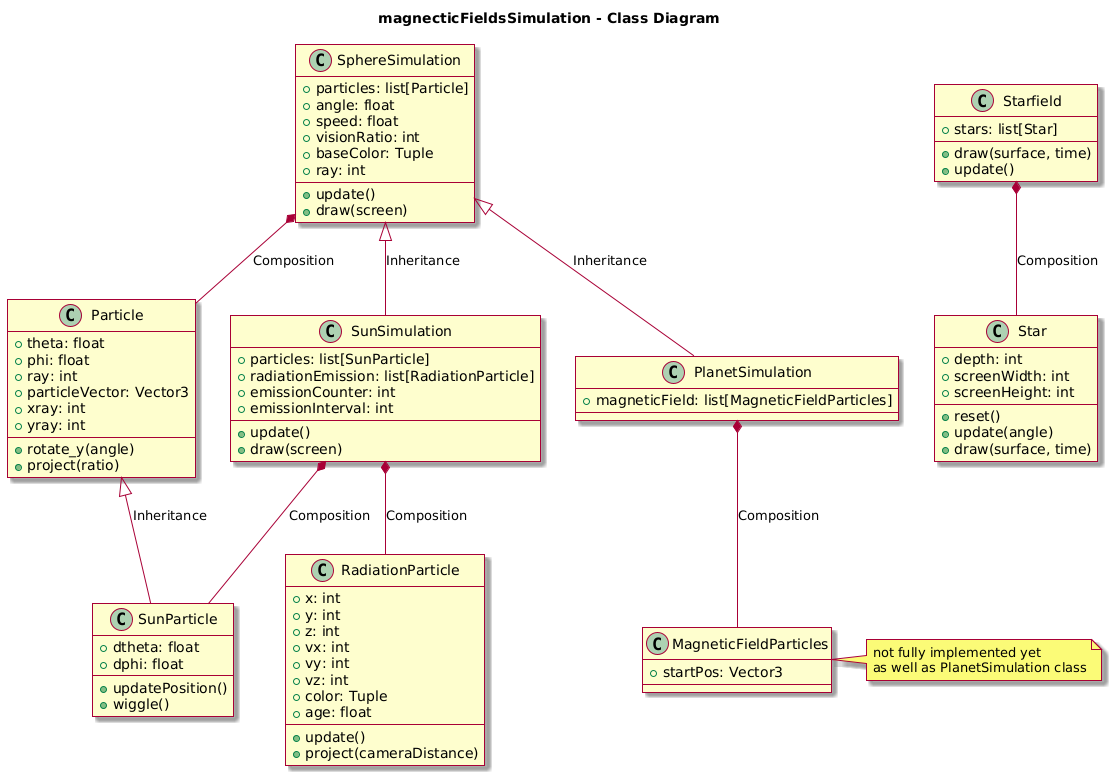
This is docs/entities.png from cauafelipe1/magneticFieldsSimulation, a PlantUML export, as it was before one commit. Its diagram source:
```plantuml
@startuml
SKIN rose
title magnecticFieldsSimulation - Class Diagram

class Particle {
  +theta: float
  +phi: float
  +ray: int
  +particleVector: Vector3
  +xray: int
  +yray: int
  +rotate_y(angle)
  +project(ratio)
}

class SunParticle {
  +dtheta: float
  +dphi: float
  +updatePosition()
  +wiggle()
}
class RadiationParticle {
   +x: int
   +y: int
   +z: int
   +vx: int
   +vy: int
   +vz: int
   +color: Tuple
   +age: float
   +update()
   +project(cameraDistance)
}

class SphereSimulation {
  +particles: list[Particle]
  +angle: float
  +speed: float
  +visionRatio: int
  +baseColor: Tuple
  +ray: int
  +update()
  +draw(screen)
}

class SunSimulation{
  +particles: list[SunParticle]
  +radiationEmission: list[RadiationParticle]
  +emissionCounter: int
  +emissionInterval: int
  +update()
  +draw(screen)

}

class Star{
  +depth: int
  +screenWidth: int
  +screenHeight: int
  +reset()
  +update(angle)
  +draw(surface, time)
}

class Starfield{
  +stars: list[Star]
  +draw(surface, time)
  +update()
}

class PlanetSimulation{
  +magneticField: list[MagneticFieldParticles]
}

class MagneticFieldParticles{
  + startPos: Vector3
}
note right
  not fully implemented yet
  as well as PlanetSimulation class
end note

PlanetSimulation *-down- MagneticFieldParticles: Composition
SphereSimulation <|-down- PlanetSimulation: Inheritance
Starfield *-down- Star: Composition
SphereSimulation *-down- Particle: Composition
Particle <|-down- SunParticle: Inheritance
SphereSimulation <|-down- SunSimulation: Inheritance
SunSimulation *- SunParticle: Composition
SunSimulation *-down- RadiationParticle: Composition
@enduml
```
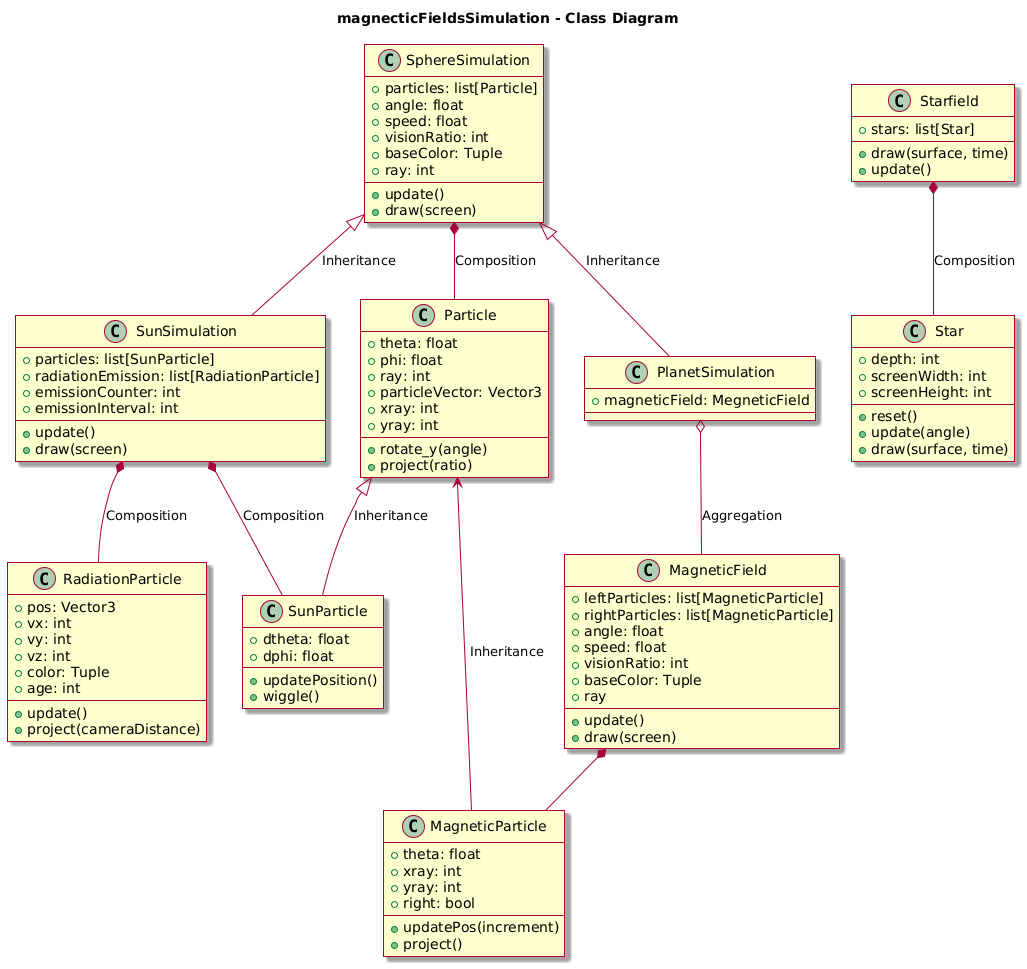
Above is the later version.

The edit, as a diff of the source:
```diff
@@ -20,14 +20,12 @@
   +wiggle()
 }
 class RadiationParticle {
-   +x: int
-   +y: int
-   +z: int
+   +pos: Vector3
    +vx: int
    +vy: int
    +vz: int
    +color: Tuple
-   +age: float
+   +age: int
    +update()
    +project(cameraDistance)
 }
@@ -69,18 +67,34 @@
 }
 
 class PlanetSimulation{
-  +magneticField: list[MagneticFieldParticles]
+  +magneticField: MegneticField
+
 }
 
-class MagneticFieldParticles{
-  + startPos: Vector3
+class MagneticField {
+  +leftParticles: list[MagneticParticle]
+  +rightParticles: list[MagneticParticle]
+  +angle: float
+  +speed: float
+  +visionRatio: int
+  +baseColor: Tuple
+  +ray
+  +update()
+  +draw(screen)
 }
-note right
-  not fully implemented yet
-  as well as PlanetSimulation class
-end note
 
-PlanetSimulation *-down- MagneticFieldParticles: Composition
+class MagneticParticle{
+  +theta: float
+  +xray: int
+  +yray: int
+  +right: bool
+  +updatePos(increment)
+  +project()
+}
+
+Particle <-down- MagneticParticle: Inheritance
+MagneticField *-down- MagneticParticle
+PlanetSimulation o-down- MagneticField: Aggregation
 SphereSimulation <|-down- PlanetSimulation: Inheritance
 Starfield *-down- Star: Composition
 SphereSimulation *-down- Particle: Composition
```
